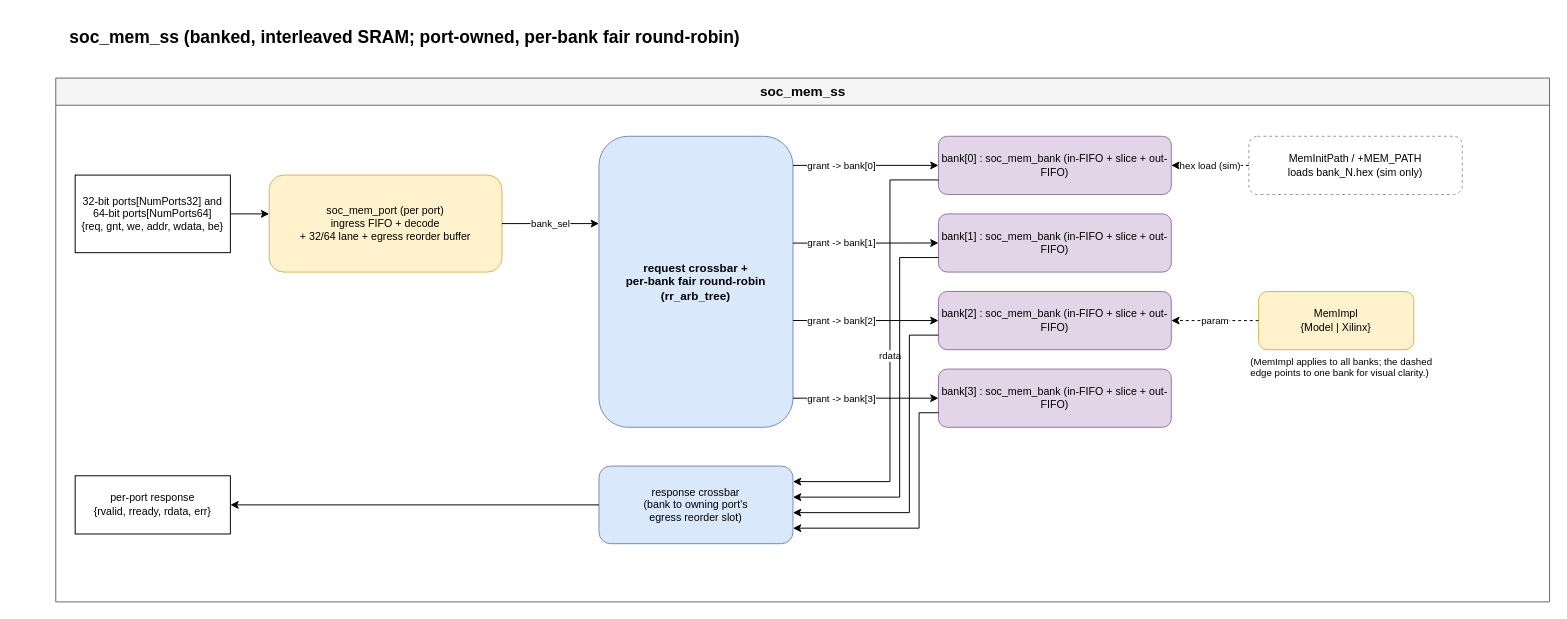
Before: page "Memory Subsystem" (4 of 8) of docs/media/corejack_soc.drawio in patrickerich/corejack, a draw.io diagram. Source tidied: cells renumbered, new cells numbered last; positions are measured from the earlier drawing's top-left corner, leaving out a move shared by most shapes. Both pictures are drawn from the tidied source at 97%, with x=0, y=0 at pixel (16, 19).
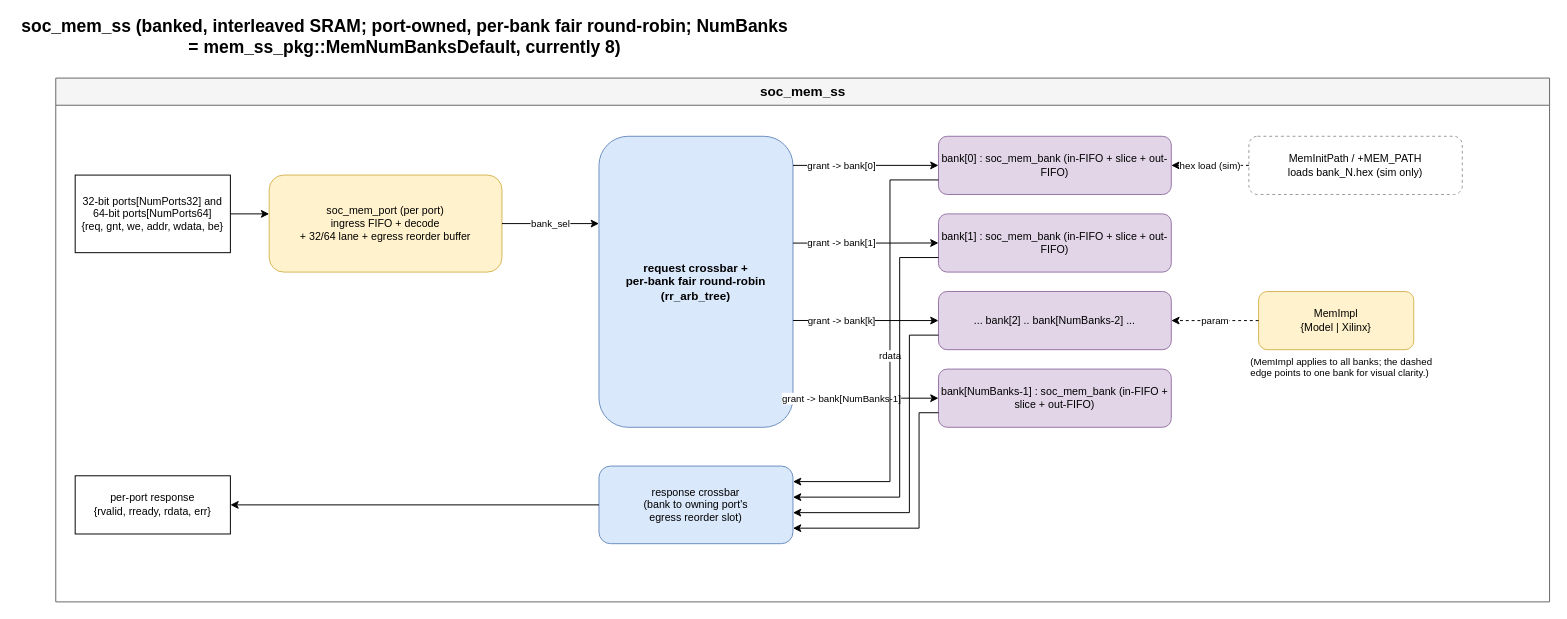
The same diagram, later.

Unchanged cells that the change refers to:
```xml
<mxCell id="3" value="soc_mem_ss" style="swimlane;fontSize=14;fontStyle=1;html=1;startSize=28;fillColor=#F5F5F5;strokeColor=#666666;swimlaneFillColor=#FFFFFF;" parent="1" vertex="1">
  <mxGeometry x="40" y="60" width="1540" height="540" as="geometry" />
</mxCell>
<mxCell id="7" value="request crossbar +&#10;per-bank fair round-robin&#10;(rr_arb_tree)" style="rounded=1;whiteSpace=wrap;html=1;fillColor=#dae8fc;strokeColor=#6c8ebf;fontSize=12;fontStyle=1;verticalAlign=middle;" parent="3" vertex="1">
  <mxGeometry x="560" y="60" width="200" height="300" as="geometry" />
</mxCell>
```

The edit, as a diff of the source:
```diff
@@
-    <mxCell id="2" value="soc_mem_ss (banked, interleaved SRAM; port-owned, per-bank fair round-robin)" style="text;html=1;strokeColor=none;fillColor=none;align=center;verticalAlign=middle;whiteSpace=wrap;rounded=0;fontSize=18;fontStyle=1;" parent="1" vertex="1">
+    <mxCell id="2" value="soc_mem_ss (banked, interleaved SRAM; port-owned, per-bank fair round-robin; NumBanks = mem_ss_pkg::MemNumBanksDefault, currently 8)" style="text;html=1;strokeColor=none;fillColor=none;align=center;verticalAlign=middle;whiteSpace=wrap;rounded=0;fontSize=18;fontStyle=1;" parent="1" vertex="1">
       <mxGeometry width="800" height="36" as="geometry" />
     </mxCell>
@@
-    <mxCell id="11" value="bank[2] : soc_mem_bank (in-FIFO + slice + out-FIFO)" style="rounded=1;whiteSpace=wrap;html=1;fillColor=#e1d5e7;strokeColor=#9673a6;fontSize=11;verticalAlign=middle;" parent="3" vertex="1">
+    <mxCell id="11" value="... bank[2] .. bank[NumBanks-2] ..." style="rounded=1;whiteSpace=wrap;html=1;fillColor=#e1d5e7;strokeColor=#9673a6;fontSize=11;verticalAlign=middle;" parent="3" vertex="1">
       <mxGeometry x="910" y="220" width="240" height="60" as="geometry" />
     </mxCell>
-    <mxCell id="12" value="bank[3] : soc_mem_bank (in-FIFO + slice + out-FIFO)" style="rounded=1;whiteSpace=wrap;html=1;fillColor=#e1d5e7;strokeColor=#9673a6;fontSize=11;verticalAlign=middle;" parent="3" vertex="1">
+    <mxCell id="12" value="bank[NumBanks-1] : soc_mem_bank (in-FIFO + slice + out-FIFO)" style="rounded=1;whiteSpace=wrap;html=1;fillColor=#e1d5e7;strokeColor=#9673a6;fontSize=11;verticalAlign=middle;" parent="3" vertex="1">
       <mxGeometry x="910" y="300" width="240" height="60" as="geometry" />
     </mxCell>
@@
-    <mxCell id="20" value="grant -&gt; bank[2]" style="endArrow=classic;html=1;edgeStyle=orthogonalEdgeStyle;rounded=0;exitX=1;exitY=0.633;entryX=0;entryY=0.5;fontSize=10;" parent="3" edge="1" source="7" target="11">
+    <mxCell id="20" value="grant -&gt; bank[k]" style="endArrow=classic;html=1;edgeStyle=orthogonalEdgeStyle;rounded=0;exitX=1;exitY=0.633;entryX=0;entryY=0.5;fontSize=10;" parent="3" edge="1" source="7" target="11">
       <mxGeometry x="-0.33" relative="1" as="geometry">
         <Array as="points">
           <mxPoint x="800" y="250" />
           <mxPoint x="800" y="250" />
         </Array>
       </mxGeometry>
     </mxCell>
-    <mxCell id="21" value="grant -&gt; bank[3]" style="endArrow=classic;html=1;edgeStyle=orthogonalEdgeStyle;rounded=0;exitX=1;exitY=0.9;entryX=0;entryY=0.5;fontSize=10;" parent="3" edge="1" source="7" target="12">
+    <mxCell id="21" value="grant -&gt; bank[NumBanks-1]" style="endArrow=classic;html=1;edgeStyle=orthogonalEdgeStyle;rounded=0;exitX=1;exitY=0.9;entryX=0;entryY=0.5;fontSize=10;" parent="3" edge="1" source="7" target="12">
       <mxGeometry x="-0.33" relative="1" as="geometry">
         <Array as="points">
           <mxPoint x="780" y="330" />
           <mxPoint x="780" y="330" />
         </Array>
       </mxGeometry>
     </mxCell>
```
